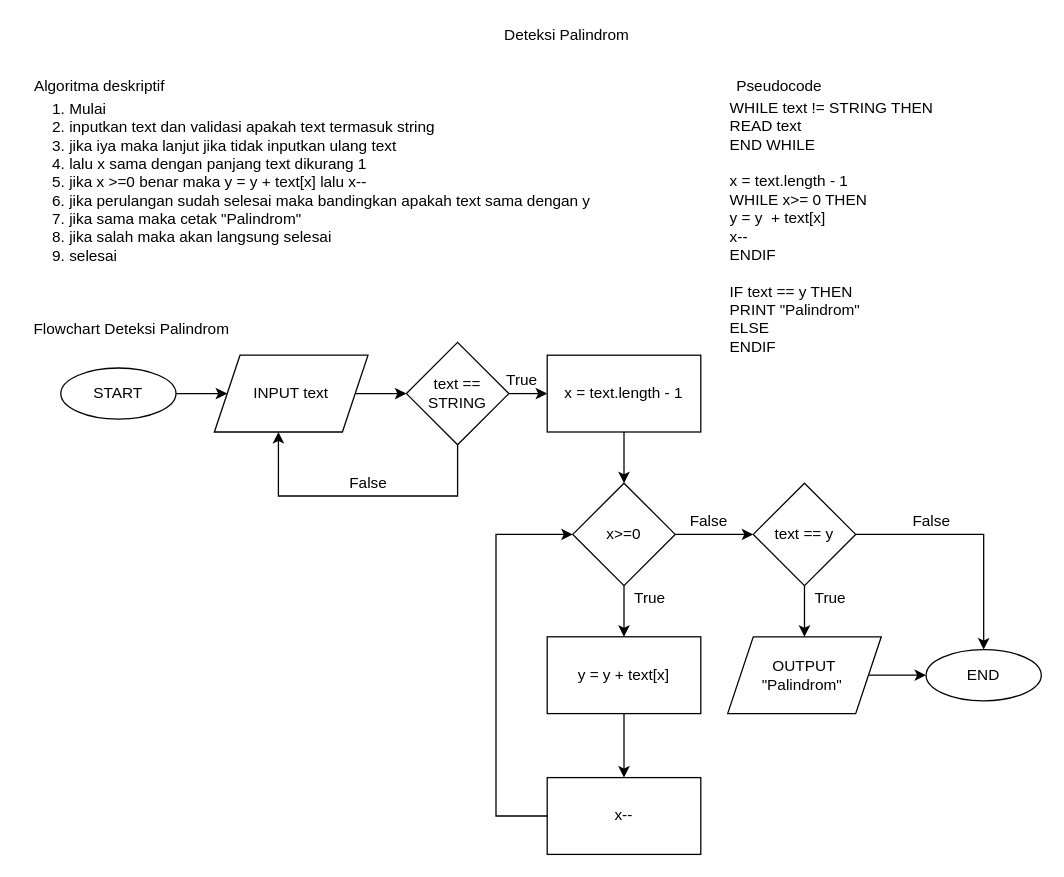
Above: Deteksi palindrom.drawio in aviantofan/fw5-algoritma (draw.io), before the change. Source tidied: cells renumbered, new cells numbered last; positions are measured from the earlier drawing's top-left corner, leaving out a move shared by most shapes. Both pictures are drawn from the tidied source at 128%, with x=0, y=0 at pixel (22, 22).
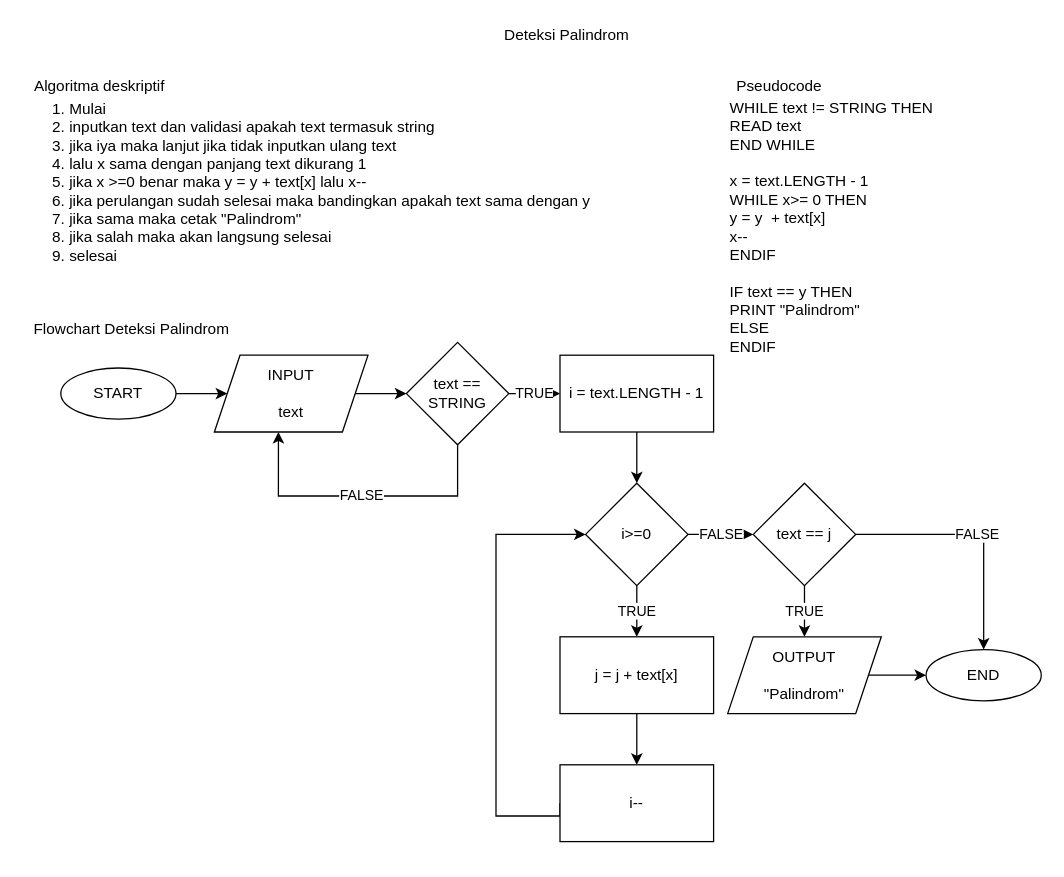
The same diagram, later.

Unchanged cells that the change refers to:
```xml
<mxCell id="14" value="text == STRING" style="rhombus;whiteSpace=wrap;html=1;" parent="1" vertex="1">
  <mxGeometry x="300" y="250" width="80" height="80" as="geometry" />
</mxCell>
<mxCell id="31" value="END" style="ellipse;whiteSpace=wrap;html=1;" parent="1" vertex="1">
  <mxGeometry x="706" y="490" width="90" height="40" as="geometry" />
</mxCell>
```

Change to the diagram source:
```diff
@@
-    <mxCell id="6" value="WHILE text != STRING THEN&amp;nbsp;&lt;br&gt;READ text&lt;br&gt;END WHILE&lt;br&gt;&lt;br&gt;x = text.length - 1&lt;br&gt;WHILE x&amp;gt;= 0 THEN&lt;br&gt;y = y&amp;nbsp; + text[x]&lt;br&gt;x--&lt;br&gt;ENDIF&lt;br&gt;&lt;br&gt;IF text == y THEN&lt;br&gt;PRINT &quot;Palindrom&quot;&lt;br&gt;ELSE&lt;br&gt;ENDIF" style="text;html=1;align=left;verticalAlign=middle;strokeColor=none;fillColor=none;" parent="1" vertex="1">
+    <mxCell id="6" value="WHILE text != STRING THEN&amp;nbsp;&lt;br&gt;READ text&lt;br&gt;END WHILE&lt;br&gt;&lt;br&gt;x = text.LENGTH - 1&lt;br&gt;WHILE x&amp;gt;= 0 THEN&lt;br&gt;y = y&amp;nbsp; + text[x]&lt;br&gt;x--&lt;br&gt;ENDIF&lt;br&gt;&lt;br&gt;IF text == y THEN&lt;br&gt;PRINT &quot;Palindrom&quot;&lt;br&gt;ELSE&lt;br&gt;ENDIF" style="text;html=1;align=left;verticalAlign=middle;strokeColor=none;fillColor=none;" parent="1" vertex="1">
       <mxGeometry x="551" y="60" width="180" height="200" as="geometry" />
     </mxCell>
@@
-    <mxCell id="11" value="INPUT text" style="shape=parallelogram;perimeter=parallelogramPerimeter;whiteSpace=wrap;html=1;fixedSize=1;" parent="1" vertex="1">
+    <mxCell id="11" value="INPUT &lt;br&gt;&lt;br&gt;text" style="shape=parallelogram;perimeter=parallelogramPerimeter;whiteSpace=wrap;html=1;fixedSize=1;" parent="1" vertex="1">
       <mxGeometry x="150" y="260" width="120" height="60" as="geometry" />
     </mxCell>
-    <mxCell id="12" style="edgeStyle=orthogonalEdgeStyle;rounded=0;jettySize=auto;html=1;exitX=1;exitY=0.5;exitDx=0;exitDy=0;entryX=0;entryY=0.5;entryDx=0;entryDy=0;" parent="1" edge="1" source="14" target="16">
+    <mxCell id="12" value="TRUE" style="edgeStyle=orthogonalEdgeStyle;rounded=0;jettySize=auto;html=1;exitX=1;exitY=0.5;exitDx=0;exitDy=0;entryX=0;entryY=0.5;entryDx=0;entryDy=0;" parent="1" edge="1" source="14" target="16">
       <mxGeometry relative="1" as="geometry" />
     </mxCell>
-    <mxCell id="13" style="edgeStyle=orthogonalEdgeStyle;rounded=0;jettySize=auto;html=1;exitX=0.5;exitY=1;exitDx=0;exitDy=0;entryX=0.417;entryY=1;entryDx=0;entryDy=0;entryPerimeter=0;" parent="1" edge="1" source="14" target="11">
+    <mxCell id="13" value="FALSE" style="edgeStyle=orthogonalEdgeStyle;rounded=0;jettySize=auto;html=1;exitX=0.5;exitY=1;exitDx=0;exitDy=0;entryX=0.417;entryY=1;entryDx=0;entryDy=0;entryPerimeter=0;" parent="1" edge="1" source="14" target="11">
       <mxGeometry relative="1" as="geometry">
         <Array as="points">
           <mxPoint x="340" y="370" />
           <mxPoint x="200" y="370" />
         </Array>
       </mxGeometry>
     </mxCell>
@@
-    <mxCell id="16" value="x = text.length - 1" style="rounded=0;whiteSpace=wrap;html=1;" parent="1" vertex="1">
-      <mxGeometry x="410" y="260" width="120" height="60" as="geometry" />
+    <mxCell id="16" value="i = text.LENGTH - 1" style="rounded=0;whiteSpace=wrap;html=1;" parent="1" vertex="1">
+      <mxGeometry x="420" y="260" width="120" height="60" as="geometry" />
     </mxCell>
-    <mxCell id="17" value="True" style="text;html=1;align=center;verticalAlign=middle;strokeColor=none;fillColor=none;" parent="1" vertex="1">
-      <mxGeometry x="370" y="270" width="40" height="20" as="geometry" />
-    </mxCell>
-    <mxCell id="18" value="False" style="text;html=1;align=center;verticalAlign=middle;strokeColor=none;fillColor=none;" parent="1" vertex="1">
-      <mxGeometry x="250" y="350" width="40" height="20" as="geometry" />
-    </mxCell>
-    <mxCell id="19" style="edgeStyle=orthogonalEdgeStyle;rounded=0;jettySize=auto;html=1;exitX=0.5;exitY=1;exitDx=0;exitDy=0;entryX=0.5;entryY=0;entryDx=0;entryDy=0;" parent="1" edge="1" source="21" target="23">
+    <mxCell id="19" value="TRUE" style="edgeStyle=orthogonalEdgeStyle;rounded=0;jettySize=auto;html=1;exitX=0.5;exitY=1;exitDx=0;exitDy=0;entryX=0.5;entryY=0;entryDx=0;entryDy=0;" parent="1" edge="1" source="21" target="23">
       <mxGeometry relative="1" as="geometry" />
     </mxCell>
-    <mxCell id="20" style="edgeStyle=orthogonalEdgeStyle;rounded=0;jettySize=auto;html=1;exitX=1;exitY=0.5;exitDx=0;exitDy=0;entryX=0;entryY=0.5;entryDx=0;entryDy=0;" parent="1" edge="1" source="21" target="28">
+    <mxCell id="20" value="FALSE" style="edgeStyle=orthogonalEdgeStyle;rounded=0;jettySize=auto;html=1;exitX=1;exitY=0.5;exitDx=0;exitDy=0;entryX=0;entryY=0.5;entryDx=0;entryDy=0;" parent="1" edge="1" source="21" target="28">
       <mxGeometry relative="1" as="geometry" />
     </mxCell>
-    <mxCell id="21" value="x&amp;gt;=0" style="rhombus;whiteSpace=wrap;html=1;" parent="1" vertex="1">
-      <mxGeometry x="430" y="360" width="80" height="80" as="geometry" />
+    <mxCell id="21" value="i&amp;gt;=0" style="rhombus;whiteSpace=wrap;html=1;" parent="1" vertex="1">
+      <mxGeometry x="440" y="360" width="80" height="80" as="geometry" />
     </mxCell>
@@
-    <mxCell id="23" value="y = y + text[x]" style="rounded=0;whiteSpace=wrap;html=1;" parent="1" vertex="1">
-      <mxGeometry x="410" y="480" width="120" height="60" as="geometry" />
+    <mxCell id="23" value="j = j + text[x]" style="rounded=0;whiteSpace=wrap;html=1;" parent="1" vertex="1">
+      <mxGeometry x="420" y="480" width="120" height="60" as="geometry" />
     </mxCell>
@@
-    <mxCell id="25" value="x--" style="rounded=0;whiteSpace=wrap;html=1;" parent="1" vertex="1">
-      <mxGeometry x="410" y="590" width="120" height="60" as="geometry" />
+    <mxCell id="25" value="i--" style="rounded=0;whiteSpace=wrap;html=1;" parent="1" vertex="1">
+      <mxGeometry x="420" y="580" width="120" height="60" as="geometry" />
     </mxCell>
-    <mxCell id="26" style="edgeStyle=orthogonalEdgeStyle;rounded=0;jettySize=auto;html=1;exitX=0.5;exitY=1;exitDx=0;exitDy=0;entryX=0.5;entryY=0;entryDx=0;entryDy=0;" parent="1" edge="1" source="28" target="30">
+    <mxCell id="26" value="TRUE" style="edgeStyle=orthogonalEdgeStyle;rounded=0;jettySize=auto;html=1;exitX=0.5;exitY=1;exitDx=0;exitDy=0;entryX=0.5;entryY=0;entryDx=0;entryDy=0;" parent="1" edge="1" source="28" target="30">
       <mxGeometry relative="1" as="geometry" />
     </mxCell>
-    <mxCell id="27" style="edgeStyle=orthogonalEdgeStyle;rounded=0;jettySize=auto;html=1;exitX=1;exitY=0.5;exitDx=0;exitDy=0;entryX=0.5;entryY=0;entryDx=0;entryDy=0;" parent="1" edge="1" source="28" target="31">
+    <mxCell id="27" value="FALSE" style="edgeStyle=orthogonalEdgeStyle;rounded=0;jettySize=auto;html=1;exitX=1;exitY=0.5;exitDx=0;exitDy=0;entryX=0.5;entryY=0;entryDx=0;entryDy=0;" parent="1" edge="1" source="28" target="31">
       <mxGeometry relative="1" as="geometry" />
     </mxCell>
-    <mxCell id="28" value="text == y" style="rhombus;whiteSpace=wrap;html=1;" parent="1" vertex="1">
+    <mxCell id="28" value="text == j" style="rhombus;whiteSpace=wrap;html=1;" parent="1" vertex="1">
       <mxGeometry x="571" y="360" width="80" height="80" as="geometry" />
     </mxCell>
@@
-    <mxCell id="30" value="OUTPUT &quot;Palindrom&quot;&amp;nbsp;" style="shape=parallelogram;perimeter=parallelogramPerimeter;whiteSpace=wrap;html=1;fixedSize=1;" parent="1" vertex="1">
+    <mxCell id="30" value="OUTPUT&lt;br&gt;&lt;br&gt;&amp;nbsp;&quot;Palindrom&quot;&amp;nbsp;" style="shape=parallelogram;perimeter=parallelogramPerimeter;whiteSpace=wrap;html=1;fixedSize=1;" parent="1" vertex="1">
       <mxGeometry x="551" y="480" width="120" height="60" as="geometry" />
     </mxCell>
@@
-    <mxCell id="32" value="True" style="text;html=1;align=center;verticalAlign=middle;strokeColor=none;fillColor=none;" parent="1" vertex="1">
-      <mxGeometry x="470" y="440" width="40" height="20" as="geometry" />
-    </mxCell>
-    <mxCell id="33" value="False" style="text;html=1;align=center;verticalAlign=middle;strokeColor=none;fillColor=none;" parent="1" vertex="1">
-      <mxGeometry x="516" y="380" width="40" height="20" as="geometry" />
-    </mxCell>
-    <mxCell id="34" value="True" style="text;html=1;align=center;verticalAlign=middle;strokeColor=none;fillColor=none;" parent="1" vertex="1">
-      <mxGeometry x="611" y="440" width="40" height="20" as="geometry" />
-    </mxCell>
-    <mxCell id="35" value="False" style="text;html=1;align=center;verticalAlign=middle;strokeColor=none;fillColor=none;" parent="1" vertex="1">
-      <mxGeometry x="690" y="380" width="40" height="20" as="geometry" />
-    </mxCell>
```
